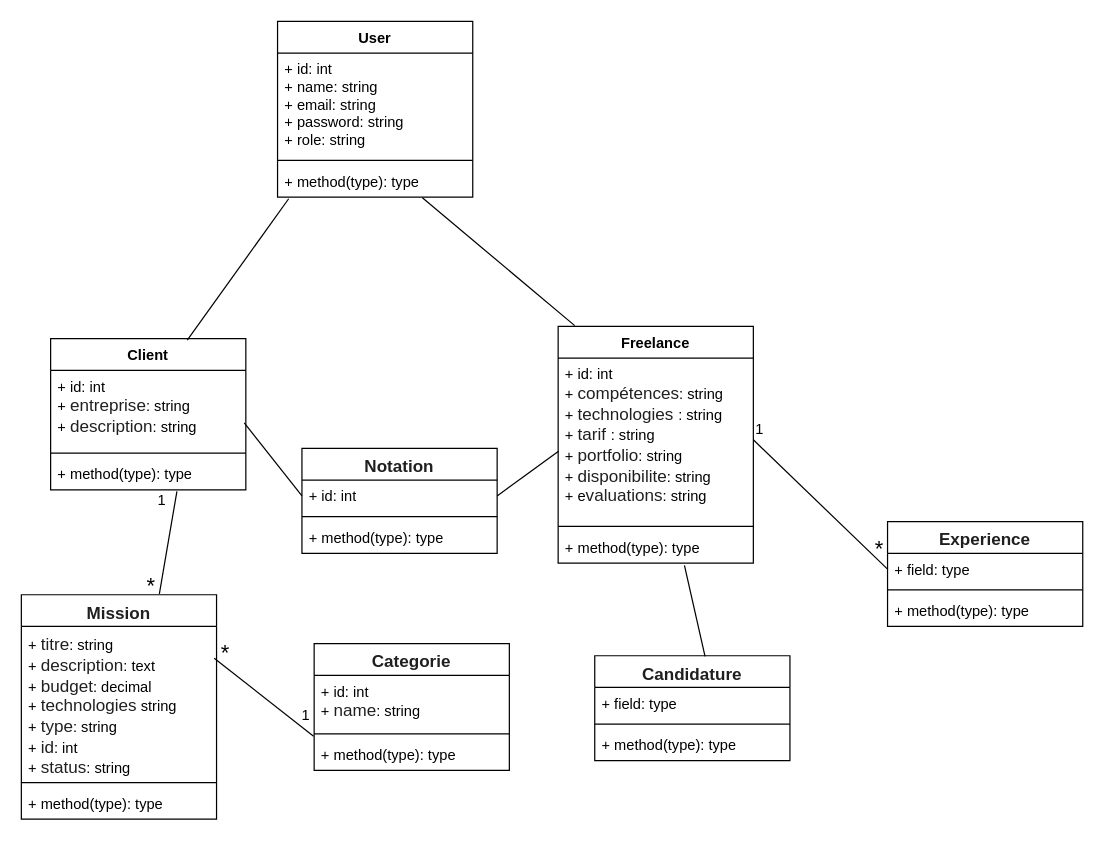
Earlier version of the draw.io diagram UML/Diagramme de class.drawio (zakariaallam/plateforme-freelances). Source tidied: cells renumbered, new cells numbered last; positions are measured from the earlier drawing's top-left corner, leaving out a move shared by most shapes. Both pictures are drawn from the tidied source at 122%, with x=0, y=0 at pixel (21, 21).
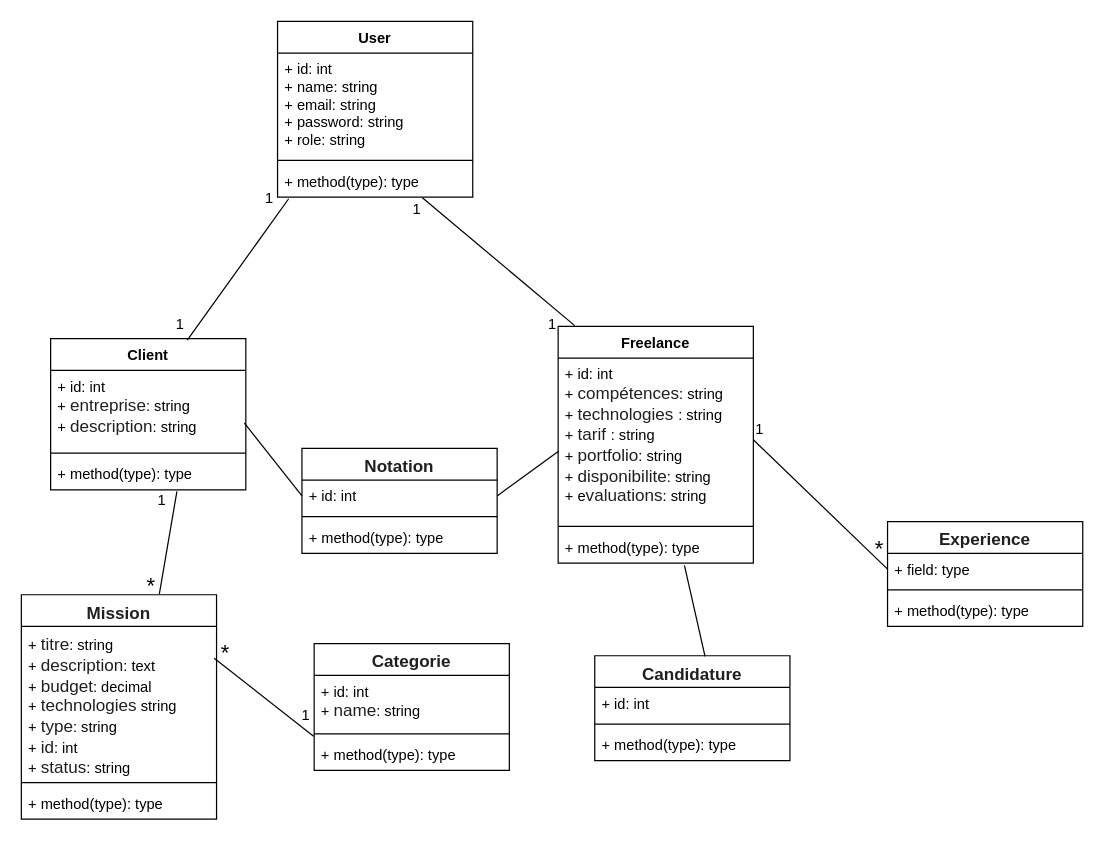
After the change.

The change refers to these unchanged cells:
```xml
<mxCell id="10" value="&lt;span style=&quot;color: rgba(0, 0, 0, 0.88); font-family: &amp;quot;Nunito Sans&amp;quot;, &amp;quot;sans-serif&amp;quot;; font-size: 14px; text-align: start; background-color: rgb(255, 255, 255);&quot;&gt;Candidature&lt;/span&gt;" style="swimlane;fontStyle=1;align=center;verticalAlign=top;horizontal=1;startSize=26;whiteSpace=wrap;html=1;" parent="1" vertex="1">
  <mxGeometry x="470" y="520" width="160" height="86" as="geometry" />
</mxCell>
```

The edit, as a diff of the source:
```diff
@@
-    <mxCell id="11" value="+ field: type" style="text;strokeColor=none;fillColor=none;align=left;verticalAlign=top;spacingLeft=4;spacingRight=4;overflow=hidden;whiteSpace=wrap;html=1;" parent="10" vertex="1">
+    <mxCell id="11" value="+ id: int" style="text;strokeColor=none;fillColor=none;align=left;verticalAlign=top;spacingLeft=4;spacingRight=4;overflow=hidden;whiteSpace=wrap;html=1;" parent="10" vertex="1">
       <mxGeometry y="26" width="160" height="26" as="geometry" />
     </mxCell>
@@
+    <mxCell id="48" value="1" style="text;html=1;align=center;verticalAlign=middle;strokeColor=none;fillColor=none;" parent="1" vertex="1">
+      <mxGeometry x="188" y="130" width="30" height="30" as="geometry" />
+    </mxCell>
+    <mxCell id="49" value="1" style="text;html=1;align=center;verticalAlign=middle;strokeColor=none;fillColor=none;" parent="1" vertex="1">
+      <mxGeometry x="115" y="234" width="30" height="30" as="geometry" />
+    </mxCell>
+    <mxCell id="50" value="1" style="text;html=1;align=center;verticalAlign=middle;strokeColor=none;fillColor=none;" parent="1" vertex="1">
+      <mxGeometry x="309" y="139" width="30" height="30" as="geometry" />
+    </mxCell>
+    <mxCell id="51" value="1" style="text;html=1;align=center;verticalAlign=middle;strokeColor=none;fillColor=none;" parent="1" vertex="1">
+      <mxGeometry x="420" y="234" width="30" height="30" as="geometry" />
+    </mxCell>
```
